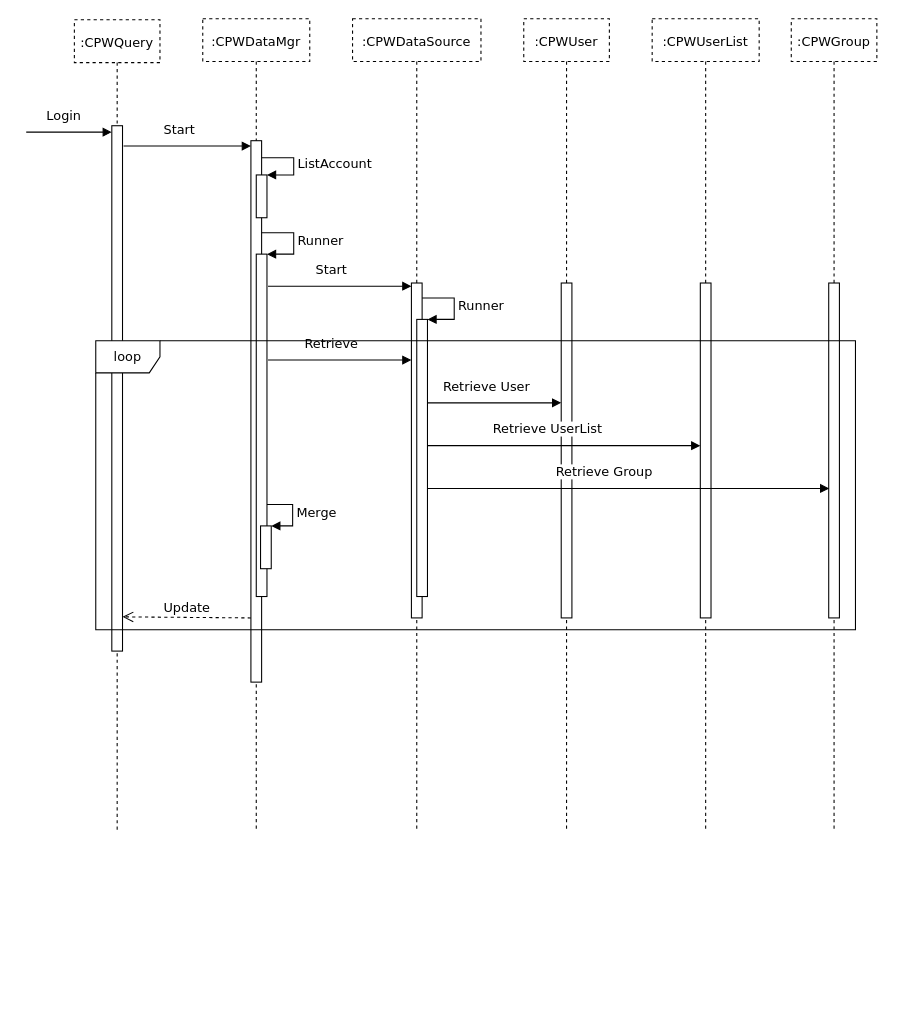
The draw.io diagram page "Page-2" (2 of 2) of dataprovider.drawio in linfenwen/draw_io, before the edit. Source tidied: cells renumbered, new cells numbered last; positions are measured from the earlier drawing's top-left corner, leaving out a move shared by most shapes. Both pictures are drawn from the tidied source at 107%, with x=0, y=0 at pixel (26, 18).
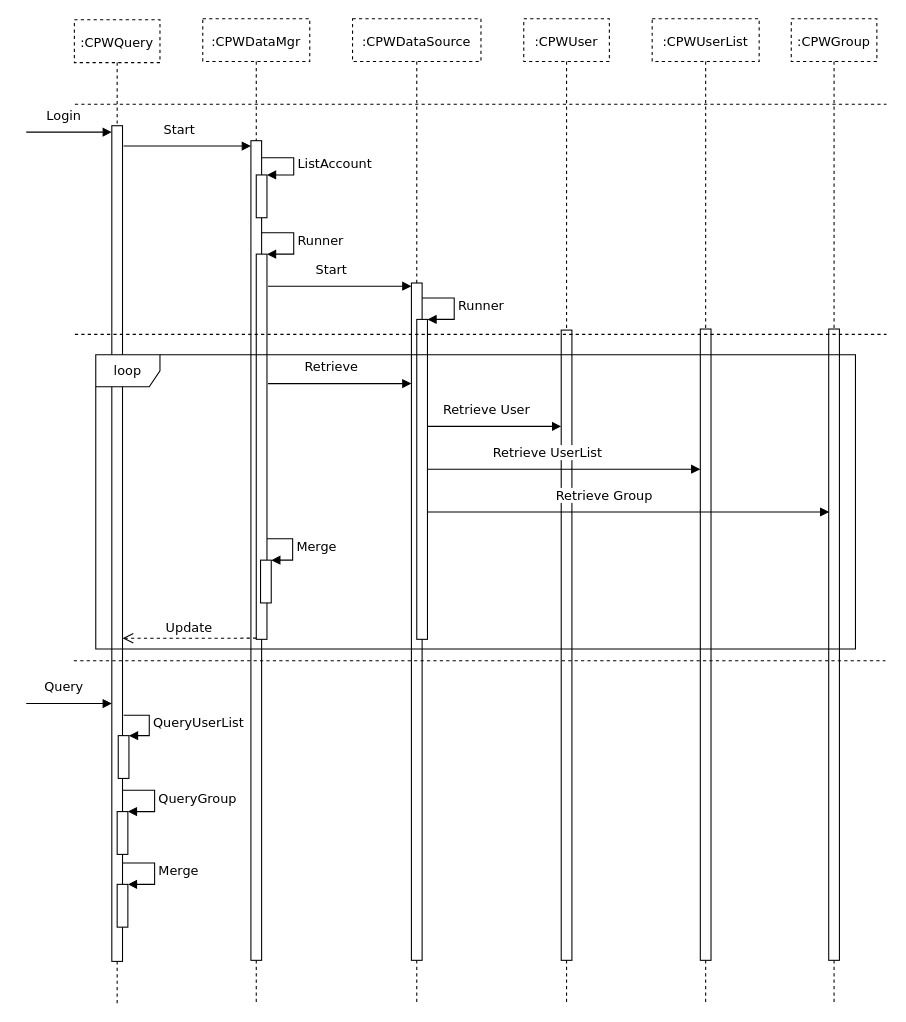
The same diagram, later.

Change to the diagram source:
```diff
@@
     <mxCell id="2" value="&lt;font style=&quot;font-size: 12px&quot;&gt;:CPWQuery&lt;/font&gt;" style="shape=umlLifeline;perimeter=lifelinePerimeter;whiteSpace=wrap;html=1;dashed=1;fontFamily=Verdana;fontSize=16;fontColor=#000000;" parent="1" vertex="1">
-      <mxGeometry x="45" y="1" width="80" height="759" as="geometry" />
+      <mxGeometry x="45" y="1" width="80" height="919" as="geometry" />
     </mxCell>
     <mxCell id="3" style="html=1;perimeter=orthogonalPerimeter;fontFamily=Verdana;fontSize=12;fontColor=#000000;" parent="2" vertex="1">
-      <mxGeometry x="35" y="99" width="10" height="491" as="geometry" />
+      <mxGeometry x="35" y="99" width="10" height="781" as="geometry" />
     </mxCell>
@@
     <mxCell id="5" value="&lt;font style=&quot;font-size: 12px&quot;&gt;:CPWDataMgr&lt;/font&gt;" style="shape=umlLifeline;perimeter=lifelinePerimeter;whiteSpace=wrap;html=1;dashed=1;fontFamily=Verdana;fontSize=16;fontColor=#000000;" parent="1" vertex="1">
-      <mxGeometry x="165" width="100" height="760" as="geometry" />
+      <mxGeometry x="165" width="100" height="920" as="geometry" />
     </mxCell>
     <mxCell id="6" style="html=1;perimeter=orthogonalPerimeter;fontFamily=Verdana;fontSize=12;fontColor=#000000;" parent="5" vertex="1">
-      <mxGeometry x="45" y="114" width="10" height="506" as="geometry" />
+      <mxGeometry x="45" y="114" width="10" height="766" as="geometry" />
     </mxCell>
@@
     <mxCell id="9" value="&lt;font style=&quot;font-size: 12px&quot;&gt;&lt;font style=&quot;font-size: 12px&quot;&gt;:&lt;/font&gt;&lt;font style=&quot;font-size: 12px&quot;&gt;CPWDataSource&lt;/font&gt;&lt;/font&gt;" style="shape=umlLifeline;perimeter=lifelinePerimeter;whiteSpace=wrap;html=1;dashed=1;fontFamily=Verdana;fontSize=16;fontColor=#000000;" parent="1" vertex="1">
-      <mxGeometry x="305" width="120" height="760" as="geometry" />
+      <mxGeometry x="305" width="120" height="920" as="geometry" />
     </mxCell>
     <mxCell id="10" style="html=1;points=[];perimeter=orthogonalPerimeter;fontFamily=Verdana;fontSize=12;fontColor=#000000;" parent="9" vertex="1">
-      <mxGeometry x="55" y="247" width="10" height="313" as="geometry" />
+      <mxGeometry x="55" y="247" width="10" height="633" as="geometry" />
     </mxCell>
     <mxCell id="11" value="&lt;font style=&quot;font-size: 12px&quot;&gt;&lt;font style=&quot;font-size: 12px&quot;&gt;:&lt;/font&gt;&lt;font style=&quot;font-size: 12px&quot;&gt;CPWUser&lt;/font&gt;&lt;/font&gt;" style="shape=umlLifeline;perimeter=lifelinePerimeter;whiteSpace=wrap;html=1;dashed=1;fontFamily=Verdana;fontSize=16;fontColor=#000000;" parent="1" vertex="1">
-      <mxGeometry x="465" width="80" height="760" as="geometry" />
+      <mxGeometry x="465" width="80" height="920" as="geometry" />
     </mxCell>
     <mxCell id="12" style="html=1;perimeter=orthogonalPerimeter;fontFamily=Verdana;fontSize=12;fontColor=#000000;" parent="11" vertex="1">
-      <mxGeometry x="35" y="247" width="10" height="313" as="geometry" />
+      <mxGeometry x="35" y="291" width="10" height="589" as="geometry" />
     </mxCell>
     <mxCell id="13" value="&lt;font style=&quot;font-size: 12px&quot;&gt;&lt;font style=&quot;font-size: 12px&quot;&gt;:&lt;/font&gt;&lt;font style=&quot;font-size: 12px&quot;&gt;CPWUserList&lt;/font&gt;&lt;/font&gt;" style="shape=umlLifeline;perimeter=lifelinePerimeter;whiteSpace=wrap;html=1;dashed=1;fontFamily=Verdana;fontSize=16;fontColor=#000000;" parent="1" vertex="1">
-      <mxGeometry x="585" width="100" height="760" as="geometry" />
+      <mxGeometry x="585" width="100" height="920" as="geometry" />
     </mxCell>
     <mxCell id="14" style="html=1;perimeter=orthogonalPerimeter;fontFamily=Verdana;fontSize=12;fontColor=#000000;" parent="13" vertex="1">
-      <mxGeometry x="45" y="247" width="10" height="313" as="geometry" />
+      <mxGeometry x="45" y="290" width="10" height="590" as="geometry" />
     </mxCell>
     <mxCell id="15" value="&lt;font style=&quot;font-size: 12px&quot;&gt;&lt;font style=&quot;font-size: 12px&quot;&gt;:&lt;/font&gt;&lt;font style=&quot;font-size: 12px&quot;&gt;CPWGroup&lt;/font&gt;&lt;/font&gt;" style="shape=umlLifeline;perimeter=lifelinePerimeter;whiteSpace=wrap;html=1;dashed=1;fontFamily=Verdana;fontSize=16;fontColor=#000000;" parent="1" vertex="1">
-      <mxGeometry x="715" width="80" height="760" as="geometry" />
+      <mxGeometry x="715" width="80" height="920" as="geometry" />
     </mxCell>
     <mxCell id="16" style="html=1;perimeter=orthogonalPerimeter;fontFamily=Verdana;fontSize=12;fontColor=#000000;" parent="15" vertex="1">
-      <mxGeometry x="35" y="247" width="10" height="313" as="geometry" />
+      <mxGeometry x="35" y="290" width="10" height="590" as="geometry" />
     </mxCell>
@@
     <mxCell id="18" style="html=1;points=[];perimeter=orthogonalPerimeter;fontFamily=Verdana;fontSize=12;fontColor=#000000;" parent="1" vertex="1">
-      <mxGeometry x="215" y="220" width="10" height="320" as="geometry" />
+      <mxGeometry x="215" y="220" width="10" height="360" as="geometry" />
     </mxCell>
@@
     <mxCell id="21" style="html=1;points=[];perimeter=orthogonalPerimeter;fontFamily=Verdana;fontSize=12;fontColor=#000000;" parent="1" vertex="1">
-      <mxGeometry x="365" y="281" width="10" height="259" as="geometry" />
+      <mxGeometry x="365" y="281" width="10" height="299" as="geometry" />
     </mxCell>
@@
     <mxCell id="23" value="Retrieve User" style="html=1;verticalAlign=bottom;endArrow=block;rounded=0;fontFamily=Verdana;fontSize=12;fontColor=#000000;" parent="1" edge="1">
       <mxGeometry x="-0.12" y="6" relative="1" as="geometry">
-        <mxPoint x="375" y="359" as="sourcePoint" />
-        <mxPoint x="500" y="359" as="targetPoint" />
+        <mxPoint x="375" y="381" as="sourcePoint" />
+        <mxPoint x="500" y="381" as="targetPoint" />
       </mxGeometry>
     </mxCell>
     <mxCell id="24" value="Retrieve UserList" style="html=1;verticalAlign=bottom;endArrow=block;rounded=0;fontFamily=Verdana;fontSize=12;fontColor=#000000;" parent="1" edge="1">
       <mxGeometry x="-0.12" y="6" relative="1" as="geometry">
-        <mxPoint x="375" y="399" as="sourcePoint" />
-        <mxPoint x="630" y="399" as="targetPoint" />
+        <mxPoint x="375" y="421" as="sourcePoint" />
+        <mxPoint x="630" y="421" as="targetPoint" />
       </mxGeometry>
     </mxCell>
     <mxCell id="25" value="Retrieve Group" style="html=1;verticalAlign=bottom;endArrow=block;rounded=0;fontFamily=Verdana;fontSize=12;fontColor=#000000;" parent="1" edge="1">
       <mxGeometry x="-0.12" y="6" relative="1" as="geometry">
-        <mxPoint x="375" y="439" as="sourcePoint" />
-        <mxPoint x="750.5" y="439" as="targetPoint" />
+        <mxPoint x="375" y="461" as="sourcePoint" />
+        <mxPoint x="750.5" y="461" as="targetPoint" />
       </mxGeometry>
     </mxCell>
     <mxCell id="26" value="Retrieve" style="html=1;verticalAlign=bottom;endArrow=block;rounded=0;fontFamily=Verdana;fontSize=12;fontColor=#000000;" parent="1" edge="1">
       <mxGeometry x="-0.12" y="6" relative="1" as="geometry">
-        <mxPoint x="226" y="319" as="sourcePoint" />
-        <mxPoint x="360" y="319" as="targetPoint" />
+        <mxPoint x="226" y="341" as="sourcePoint" />
+        <mxPoint x="360" y="341" as="targetPoint" />
       </mxGeometry>
     </mxCell>
     <mxCell id="27" style="html=1;perimeter=orthogonalPerimeter;fontFamily=Verdana;fontSize=12;fontColor=#000000;" parent="1" vertex="1">
-      <mxGeometry x="219" y="474" width="10" height="40" as="geometry" />
+      <mxGeometry x="219" y="506" width="10" height="40" as="geometry" />
     </mxCell>
     <mxCell id="28" value="Merge" style="edgeStyle=orthogonalEdgeStyle;html=1;align=left;spacingLeft=2;endArrow=block;rounded=0;fontFamily=Verdana;fontSize=12;fontColor=#000000;" parent="1" edge="1">
       <mxGeometry relative="1" as="geometry">
-        <mxPoint x="225" y="454" as="sourcePoint" />
-        <mxPoint x="229" y="474" as="targetPoint" />
+        <mxPoint x="225" y="486" as="sourcePoint" />
+        <mxPoint x="229" y="506" as="targetPoint" />
         <Array as="points">
-          <mxPoint x="249" y="454" />
-          <mxPoint x="249" y="474" />
+          <mxPoint x="249" y="486" />
+          <mxPoint x="249" y="506" />
         </Array>
       </mxGeometry>
     </mxCell>
     <mxCell id="29" value="loop" style="shape=umlFrame;whiteSpace=wrap;html=1;fontFamily=Verdana;fontSize=12;fontColor=#000000;" parent="1" vertex="1">
-      <mxGeometry x="65" y="301" width="710" height="270" as="geometry" />
+      <mxGeometry x="65" y="314" width="710" height="275" as="geometry" />
     </mxCell>
-    <mxCell id="30" value="Update" style="html=1;verticalAlign=bottom;endArrow=open;dashed=1;endSize=8;rounded=0;fontFamily=Verdana;fontSize=12;fontColor=#000000;" parent="1" edge="1">
+    <mxCell id="30" value="Update" style="html=1;verticalAlign=bottom;endArrow=open;dashed=1;endSize=8;rounded=0;fontFamily=Verdana;fontSize=12;fontColor=#000000;exitX=0;exitY=0.997;exitDx=0;exitDy=0;exitPerimeter=0;" parent="1" edge="1">
       <mxGeometry relative="1" as="geometry">
-        <mxPoint x="210" y="560" as="sourcePoint" />
-        <mxPoint x="90" y="559" as="targetPoint" />
+        <mxPoint x="215" y="578.9" as="sourcePoint" />
+        <mxPoint x="90" y="579" as="targetPoint" />
       </mxGeometry>
     </mxCell>
+    <mxCell id="31" value="Query" style="html=1;verticalAlign=bottom;endArrow=block;rounded=0;fontFamily=Verdana;fontSize=12;fontColor=#000000;" parent="1" edge="1">
+      <mxGeometry x="-0.12" y="6" relative="1" as="geometry">
+        <mxPoint y="640" as="sourcePoint" />
+        <mxPoint x="80" y="640" as="targetPoint" />
+      </mxGeometry>
+    </mxCell>
+    <mxCell id="32" style="html=1;points=[];perimeter=orthogonalPerimeter;fontFamily=Verdana;fontSize=12;fontColor=#000000;" parent="1" vertex="1">
+      <mxGeometry x="86" y="670" width="10" height="40" as="geometry" />
+    </mxCell>
+    <mxCell id="33" value="QueryUserList" style="edgeStyle=orthogonalEdgeStyle;html=1;align=left;spacingLeft=2;endArrow=block;rounded=0;entryX=1;entryY=0;fontFamily=Verdana;fontSize=12;fontColor=#000000;" parent="1" edge="1" target="32">
+      <mxGeometry relative="1" as="geometry">
+        <mxPoint x="91" y="651" as="sourcePoint" />
+        <Array as="points">
+          <mxPoint x="115" y="651" />
+          <mxPoint x="115" y="670" />
+        </Array>
+      </mxGeometry>
+    </mxCell>
+    <mxCell id="34" style="html=1;points=[];perimeter=orthogonalPerimeter;fontFamily=Verdana;fontSize=12;fontColor=#000000;" parent="1" vertex="1">
+      <mxGeometry x="85" y="741" width="10" height="40" as="geometry" />
+    </mxCell>
+    <mxCell id="35" value="QueryGroup" style="edgeStyle=orthogonalEdgeStyle;html=1;align=left;spacingLeft=2;endArrow=block;rounded=0;entryX=1;entryY=0;fontFamily=Verdana;fontSize=12;fontColor=#000000;" parent="1" edge="1" target="34">
+      <mxGeometry relative="1" as="geometry">
+        <mxPoint x="90" y="721" as="sourcePoint" />
+        <Array as="points">
+          <mxPoint x="120" y="721" />
+        </Array>
+      </mxGeometry>
+    </mxCell>
+    <mxCell id="36" style="html=1;points=[];perimeter=orthogonalPerimeter;fontFamily=Verdana;fontSize=12;fontColor=#000000;" parent="1" vertex="1">
+      <mxGeometry x="85" y="809" width="10" height="40" as="geometry" />
+    </mxCell>
+    <mxCell id="37" value="Merge" style="edgeStyle=orthogonalEdgeStyle;html=1;align=left;spacingLeft=2;endArrow=block;rounded=0;entryX=1;entryY=0;fontFamily=Verdana;fontSize=12;fontColor=#000000;" parent="1" edge="1" target="36">
+      <mxGeometry relative="1" as="geometry">
+        <mxPoint x="90" y="789" as="sourcePoint" />
+        <Array as="points">
+          <mxPoint x="120" y="789" />
+        </Array>
+      </mxGeometry>
+    </mxCell>
+    <mxCell id="38" style="endArrow=none;dashed=1;html=1;rounded=0;fontFamily=Verdana;fontSize=12;fontColor=#000000;" parent="1" edge="1">
+      <mxGeometry relative="1" as="geometry">
+        <mxPoint x="44.5" y="600" as="sourcePoint" />
+        <mxPoint x="803" y="600" as="targetPoint" />
+      </mxGeometry>
+    </mxCell>
+    <mxCell id="39" style="endArrow=none;dashed=1;html=1;rounded=0;fontFamily=Verdana;fontSize=12;fontColor=#000000;" parent="1" edge="1">
+      <mxGeometry relative="1" as="geometry">
+        <mxPoint x="45.5" y="295" as="sourcePoint" />
+        <mxPoint x="804" y="295" as="targetPoint" />
+      </mxGeometry>
+    </mxCell>
+    <mxCell id="40" style="endArrow=none;dashed=1;html=1;rounded=0;fontFamily=Verdana;fontSize=12;fontColor=#000000;" parent="1" edge="1">
+      <mxGeometry relative="1" as="geometry">
+        <mxPoint x="45.5" y="80" as="sourcePoint" />
+        <mxPoint x="804" y="80" as="targetPoint" />
+      </mxGeometry>
+    </mxCell>
```
